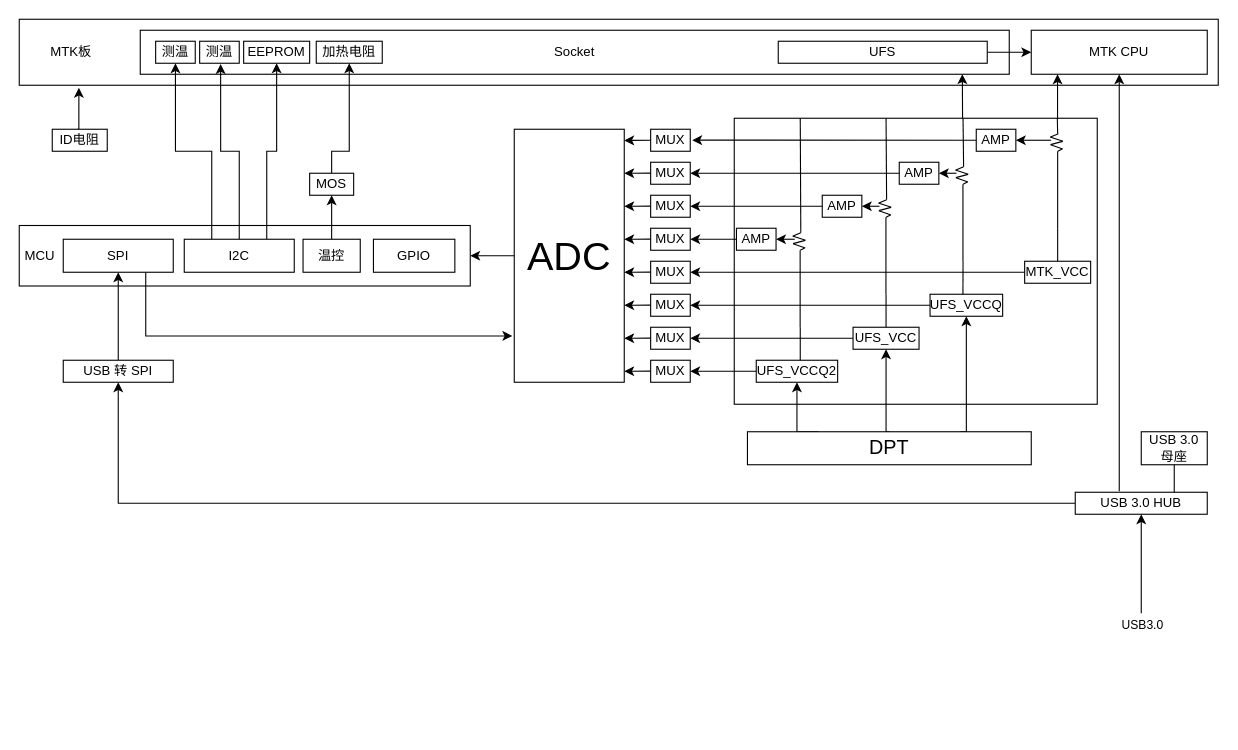
This is draw.io/Untitled Diagram.drawio from 8f67ded9/draw.io, a draw.io file, before an edit. Source tidied: cells renumbered, new cells numbered last; positions are measured from the earlier drawing's top-left corner, leaving out a move shared by most shapes. Both pictures are drawn from the tidied source at 110%, with x=0, y=0 at pixel (19, 19).
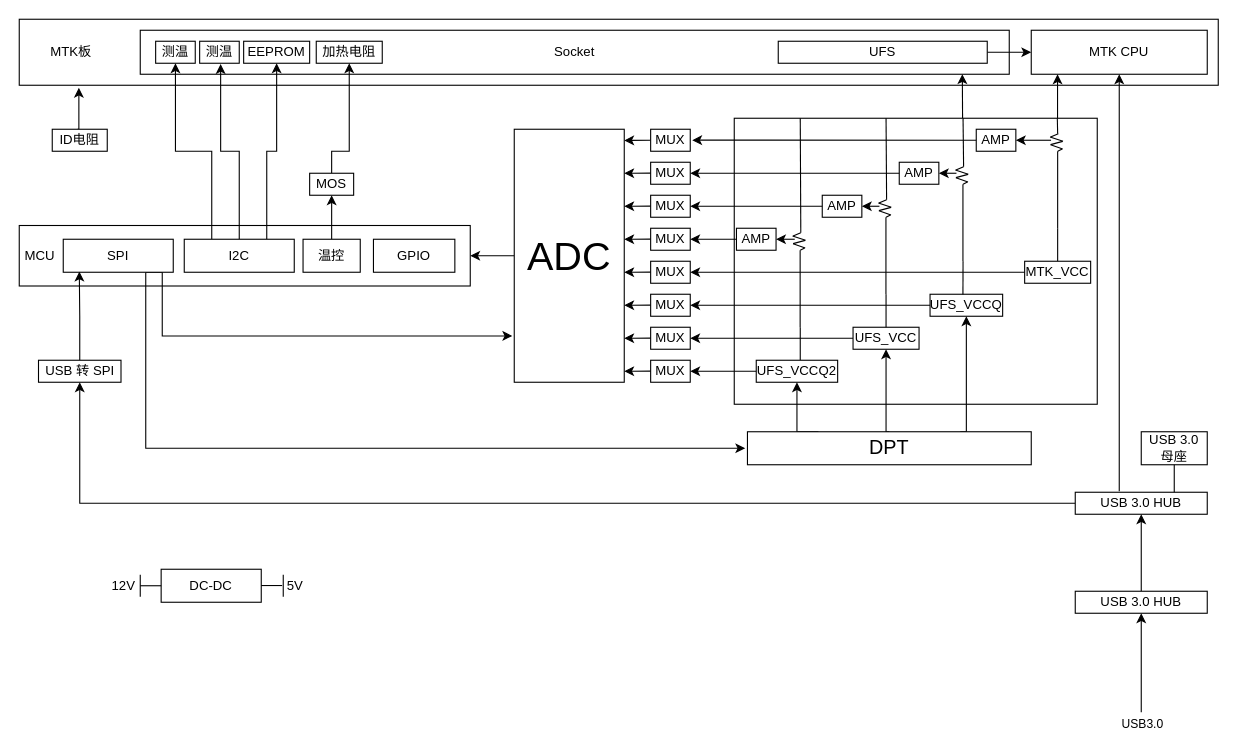
The same page after the edit.

Unchanged cells that the change refers to:
```xml
<mxCell id="67" value="USB 3.0 HUB" style="rounded=0;whiteSpace=wrap;html=1;" parent="1" vertex="1">
  <mxGeometry x="960" y="430" width="120" height="20" as="geometry" />
</mxCell>
<mxCell id="72" value="&lt;font style=&quot;font-size: 36px&quot;&gt;ADC&lt;/font&gt;" style="rounded=0;whiteSpace=wrap;html=1;" parent="1" vertex="1">
  <mxGeometry x="450" y="100" width="100" height="230" as="geometry" />
</mxCell>
<mxCell id="83" value="SPI" style="rounded=0;whiteSpace=wrap;html=1;" parent="1" vertex="1">
  <mxGeometry x="40" y="200" width="100" height="30" as="geometry" />
</mxCell>
```

What changed in the source:
```diff
@@
     <mxCell id="66" style="edgeStyle=orthogonalEdgeStyle;rounded=0;jettySize=auto;html=1;exitX=0;exitY=0.5;exitDx=0;exitDy=0;" parent="1" edge="1" source="67" target="96">
       <mxGeometry relative="1" as="geometry">
         <Array as="points">
-          <mxPoint x="960" y="440" />
-          <mxPoint x="90" y="440" />
+          <mxPoint x="55" y="440" />
         </Array>
       </mxGeometry>
     </mxCell>
@@
     <mxCell id="82" style="edgeStyle=orthogonalEdgeStyle;rounded=0;jettySize=auto;html=1;exitX=0.75;exitY=1;exitDx=0;exitDy=0;entryX=-0.018;entryY=0.817;entryDx=0;entryDy=0;entryPerimeter=0;" parent="1" edge="1" source="83" target="72">
       <mxGeometry relative="1" as="geometry">
         <Array as="points">
-          <mxPoint x="115" y="288" />
+          <mxPoint x="130" y="230" />
+          <mxPoint x="130" y="288" />
         </Array>
       </mxGeometry>
     </mxCell>
+    <mxCell id="112" style="edgeStyle=orthogonalEdgeStyle;rounded=0;jettySize=auto;html=1;exitX=0.75;exitY=1;exitDx=0;exitDy=0;" parent="1" edge="1" source="83">
+      <mxGeometry relative="1" as="geometry">
+        <mxPoint x="660" y="390" as="targetPoint" />
+        <Array as="points">
+          <mxPoint x="115" y="390" />
+        </Array>
+      </mxGeometry>
+    </mxCell>
@@
-    <mxCell id="95" style="edgeStyle=orthogonalEdgeStyle;rounded=0;jettySize=auto;html=1;exitX=0.5;exitY=0;exitDx=0;exitDy=0;entryX=0.5;entryY=1;entryDx=0;entryDy=0;" parent="1" edge="1" source="96" target="83">
+    <mxCell id="95" style="edgeStyle=orthogonalEdgeStyle;rounded=0;jettySize=auto;html=1;exitX=0.5;exitY=0;exitDx=0;exitDy=0;entryX=0.146;entryY=0.981;entryDx=0;entryDy=0;entryPerimeter=0;" parent="1" edge="1" source="96" target="83">
       <mxGeometry relative="1" as="geometry" />
     </mxCell>
     <mxCell id="96" value="USB 转 SPI" style="rounded=0;whiteSpace=wrap;html=1;" parent="1" vertex="1">
-      <mxGeometry x="40" y="310" width="100" height="20" as="geometry" />
+      <mxGeometry x="17.5" y="310" width="75" height="20" as="geometry" />
     </mxCell>
@@
-    <mxCell id="103" style="endArrow=classic;html=1;entryX=0.5;entryY=1;entryDx=0;entryDy=0;" parent="1" edge="1" target="67">
-      <mxGeometry relative="1" as="geometry">
-        <mxPoint x="1020" y="540" as="sourcePoint" />
-      </mxGeometry>
-    </mxCell>
-    <mxCell id="104" value="USB3.0" style="edgeLabel;html=1;align=center;verticalAlign=middle;" parent="103" vertex="1">
-      <mxGeometry x="0.18" y="-1" relative="1" as="geometry">
-        <mxPoint x="-1" y="63" as="offset" />
-      </mxGeometry>
-    </mxCell>
@@
+    <mxCell id="113" style="endArrow=classic;html=1;entryX=0.5;entryY=1;entryDx=0;entryDy=0;" parent="1" edge="1">
+      <mxGeometry relative="1" as="geometry">
+        <mxPoint x="1020" y="630" as="sourcePoint" />
+        <mxPoint x="1020" y="540" as="targetPoint" />
+      </mxGeometry>
+    </mxCell>
+    <mxCell id="104" value="USB3.0" style="edgeLabel;html=1;align=center;verticalAlign=middle;" parent="113" vertex="1">
+      <mxGeometry x="0.18" y="-1" relative="1" as="geometry">
+        <mxPoint x="-1" y="63" as="offset" />
+      </mxGeometry>
+    </mxCell>
+    <mxCell id="114" style="edgeStyle=orthogonalEdgeStyle;rounded=0;jettySize=auto;html=1;exitX=0.5;exitY=0;exitDx=0;exitDy=0;entryX=0.5;entryY=1;entryDx=0;entryDy=0;" parent="1" edge="1" source="115" target="67">
+      <mxGeometry relative="1" as="geometry" />
+    </mxCell>
+    <mxCell id="115" value="USB 3.0 HUB" style="rounded=0;whiteSpace=wrap;html=1;" parent="1" vertex="1">
+      <mxGeometry x="960" y="520" width="120" height="20" as="geometry" />
+    </mxCell>
+    <mxCell id="116" value="DC-DC" style="rounded=0;whiteSpace=wrap;html=1;" parent="1" vertex="1">
+      <mxGeometry x="129" y="500" width="91" height="30" as="geometry" />
+    </mxCell>
+    <mxCell id="117" style="endArrow=none;html=1;" parent="1" edge="1">
+      <mxGeometry relative="1" as="geometry">
+        <mxPoint x="110" y="525" as="sourcePoint" />
+        <mxPoint x="110" y="505" as="targetPoint" />
+      </mxGeometry>
+    </mxCell>
+    <mxCell id="118" style="endArrow=none;html=1;exitX=0;exitY=0.5;exitDx=0;exitDy=0;" parent="1" edge="1" source="116">
+      <mxGeometry relative="1" as="geometry">
+        <mxPoint x="110" y="515" as="targetPoint" />
+      </mxGeometry>
+    </mxCell>
+    <mxCell id="119" value="12V" style="text;html=1;strokeColor=none;fillColor=none;align=center;verticalAlign=middle;whiteSpace=wrap;rounded=0;" parent="1" vertex="1">
+      <mxGeometry x="80" y="505" width="30" height="20" as="geometry" />
+    </mxCell>
+    <mxCell id="120" value="5V" style="text;html=1;strokeColor=none;fillColor=none;align=center;verticalAlign=middle;whiteSpace=wrap;rounded=0;" parent="1" vertex="1">
+      <mxGeometry x="238" y="505" width="26" height="20" as="geometry" />
+    </mxCell>
+    <mxCell id="121" style="endArrow=none;html=1;exitX=0;exitY=0.5;exitDx=0;exitDy=0;" parent="1" edge="1">
+      <mxGeometry relative="1" as="geometry">
+        <mxPoint x="239" y="514.8" as="sourcePoint" />
+        <mxPoint x="220" y="514.8" as="targetPoint" />
+      </mxGeometry>
+    </mxCell>
+    <mxCell id="122" style="endArrow=none;html=1;" parent="1" edge="1">
+      <mxGeometry relative="1" as="geometry">
+        <mxPoint x="240" y="525" as="sourcePoint" />
+        <mxPoint x="240" y="505" as="targetPoint" />
+      </mxGeometry>
+    </mxCell>
```
